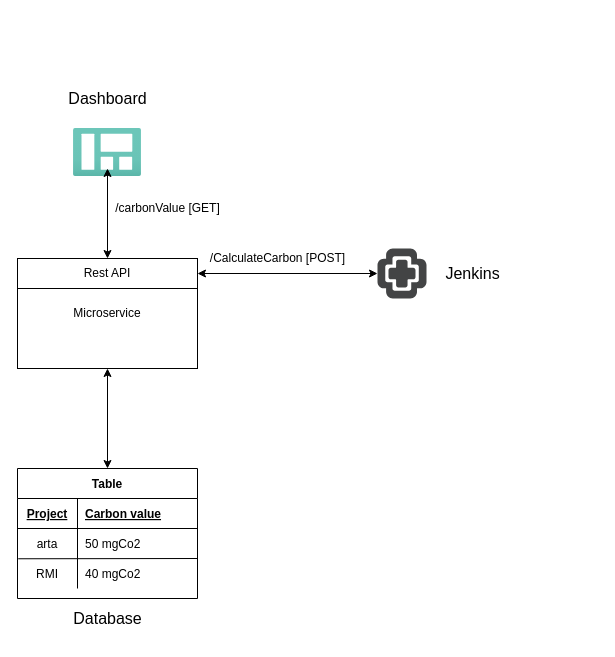
Ashwin-Raj18/arch-diagram keeps this draw.io diagram as page "Page-1" (1 of 2) of carbonTracker.drawio. Above is the earlier version. Source tidied: cells renumbered, new cells numbered last; positions are measured from the earlier drawing's top-left corner, leaving out a move shared by most shapes. Both pictures are drawn from the tidied source at 100%, with x=0, y=0 at pixel (17, 88). Pictures stored in the file or linked from it are replaced by grey dashed boxes.
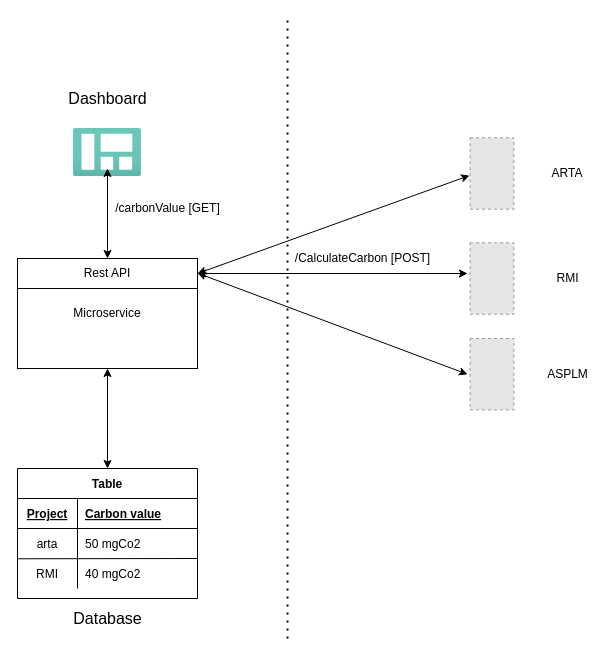
Above is the later version.

Unchanged cells that the change refers to:
```xml
<mxCell id="2" value="Microservice" style="rounded=0;whiteSpace=wrap;html=1;" parent="1" vertex="1">
  <mxGeometry y="170" width="180" height="110" as="geometry" />
</mxCell>
<mxCell id="22" value="Rest API" style="rounded=0;whiteSpace=wrap;html=1;" parent="1" vertex="1">
  <mxGeometry y="170" width="180" height="30" as="geometry" />
</mxCell>
```

What changed in the source:
```diff
@@
-    <mxCell id="14" style="sketch=0;shadow=0;dashed=0;html=1;strokeColor=none;fillColor=#434445;labelPosition=center;verticalLabelPosition=bottom;verticalAlign=top;align=center;outlineConnect=0;shape=mxgraph.vvd.vrealize_operations;" parent="1" vertex="1">
-      <mxGeometry x="360" y="160" width="49" height="50" as="geometry" />
-    </mxCell>
@@
-    <mxCell id="16" style="endArrow=classic;startArrow=classic;html=1;rounded=0;exitX=1;exitY=0.5;exitDx=0;exitDy=0;" parent="1" edge="1" source="22" target="14">
-      <mxGeometry relative="1" as="geometry" />
+    <mxCell id="16" style="endArrow=classic;startArrow=classic;html=1;rounded=0;exitX=1;exitY=0.5;exitDx=0;exitDy=0;" parent="1" edge="1" source="22">
+      <mxGeometry relative="1" as="geometry">
+        <mxPoint x="450" y="185" as="targetPoint" />
+      </mxGeometry>
     </mxCell>
-    <mxCell id="17" value="&lt;font style=&quot;font-size: 16px&quot;&gt;Jenkins&lt;/font&gt;" style="text;html=1;align=center;verticalAlign=middle;strokeColor=none;fillColor=none;" parent="1" vertex="1">
-      <mxGeometry x="419.5" y="175" width="70" height="20" as="geometry" />
-    </mxCell>
@@
     <mxCell id="23" value="/CalculateCarbon [POST]" style="text;html=1;align=center;verticalAlign=middle;strokeColor=none;fillColor=none;" parent="1" vertex="1">
-      <mxGeometry x="185" y="160" width="150" height="20" as="geometry" />
+      <mxGeometry x="270" y="160" width="150" height="20" as="geometry" />
     </mxCell>
@@
+    <mxCell id="25" style="endArrow=classic;startArrow=classic;html=1;rounded=0;entryX=1;entryY=0.5;entryDx=0;entryDy=0;exitX=0.041;exitY=0.54;exitDx=0;exitDy=0;exitPerimeter=0;" parent="1" edge="1" target="22">
+      <mxGeometry relative="1" as="geometry">
+        <mxPoint x="452" y="87" as="sourcePoint" />
+      </mxGeometry>
+    </mxCell>
+    <mxCell id="26" style="endArrow=classic;startArrow=classic;html=1;rounded=0;entryX=1;entryY=0.133;entryDx=0;entryDy=0;entryPerimeter=0;" parent="1" edge="1" target="2">
+      <mxGeometry relative="1" as="geometry">
+        <mxPoint x="450" y="285.8" as="sourcePoint" />
+      </mxGeometry>
+    </mxCell>
+    <mxCell id="27" style="endArrow=none;dashed=1;html=1;dashPattern=1 3;strokeWidth=2;rounded=0;" parent="1" edge="1">
+      <mxGeometry relative="1" as="geometry">
+        <mxPoint x="270" y="550" as="sourcePoint" />
+        <mxPoint x="270" y="-70" as="targetPoint" />
+      </mxGeometry>
+    </mxCell>
+    <mxCell id="28" value="ARTA" style="text;html=1;strokeColor=none;fillColor=none;align=center;verticalAlign=middle;whiteSpace=wrap;rounded=0;" parent="1" vertex="1">
+      <mxGeometry x="520" y="70" width="60" height="30" as="geometry" />
+    </mxCell>
+    <mxCell id="29" value="RMI" style="text;html=1;align=center;verticalAlign=middle;strokeColor=none;fillColor=none;" parent="1" vertex="1">
+      <mxGeometry x="530" y="180" width="40" height="20" as="geometry" />
+    </mxCell>
+    <mxCell id="30" value="ASPLM" style="text;html=1;align=center;verticalAlign=middle;strokeColor=none;fillColor=none;" parent="1" vertex="1">
+      <mxGeometry x="520" y="275.7" width="60" height="20" as="geometry" />
+    </mxCell>
+    <mxCell id="31" style="fillColor=#E6E6E6;strokeColor=#999999;dashed=1;verticalLabelPosition=bottom;verticalAlign=top;" parent="1" vertex="1">
+      <mxGeometry x="452.6" y="49.3" width="43.8" height="71.4" as="geometry" />
+    </mxCell>
+    <mxCell id="32" style="fillColor=#E6E6E6;strokeColor=#999999;dashed=1;verticalLabelPosition=bottom;verticalAlign=top;" parent="1" vertex="1">
+      <mxGeometry x="452.6" y="154.3" width="43.8" height="71.4" as="geometry" />
+    </mxCell>
+    <mxCell id="33" style="fillColor=#E6E6E6;strokeColor=#999999;dashed=1;verticalLabelPosition=bottom;verticalAlign=top;" parent="1" vertex="1">
+      <mxGeometry x="452.6" y="250" width="43.8" height="71.4" as="geometry" />
+    </mxCell>
```
